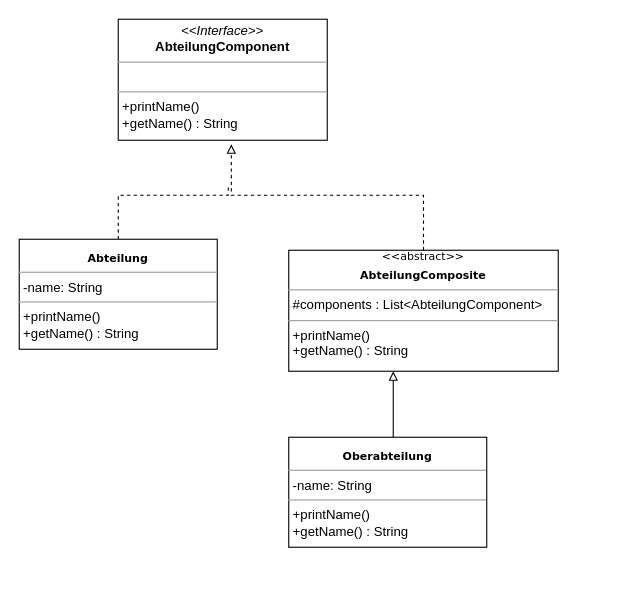
Before: Uebung8/Uebung8_Klassendiagramm.drawio in Software-Engineering-Team-HBRS/uebungsaufgaben, a draw.io diagram. Source tidied: cells renumbered, new cells numbered last; positions are measured from the earlier drawing's top-left corner, leaving out a move shared by most shapes. Both pictures are drawn from the tidied source at 110%, with x=0, y=0 at pixel (19, 19).
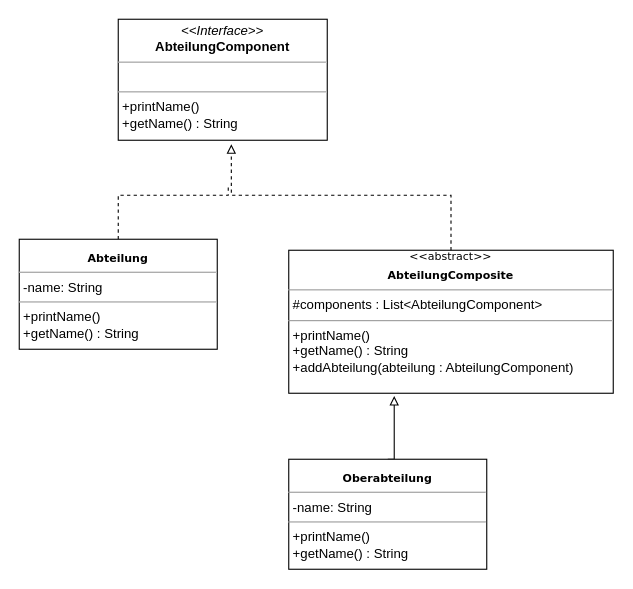
Above is the later version.

Diff of the diagram source:
```diff
@@
 <mxGraphModel>
   <root>
     <mxCell id="0" />
     <mxCell id="1" parent="0" />
     <mxCell id="2" value="&lt;p style=&quot;margin:0px;margin-top:4px;text-align:center;&quot;&gt;&lt;i&gt;&amp;lt;&amp;lt;Interface&amp;gt;&amp;gt;&lt;/i&gt;&lt;br&gt;&lt;b&gt;AbteilungComponent&lt;/b&gt;&lt;/p&gt;&lt;hr size=&quot;1&quot;&gt;&lt;p style=&quot;margin:0px;margin-left:4px;&quot;&gt;&lt;br&gt;&lt;/p&gt;&lt;hr size=&quot;1&quot;&gt;&lt;p style=&quot;margin:0px;margin-left:4px;&quot;&gt;+printName()&lt;/p&gt;&lt;p style=&quot;margin:0px;margin-left:4px;&quot;&gt;+getName() : String&lt;/p&gt;" style="verticalAlign=top;align=left;overflow=fill;fontSize=12;fontFamily=Helvetica;html=1;rounded=0;shadow=0;comic=0;labelBackgroundColor=none;strokeWidth=1;" parent="1" vertex="1">
       <mxGeometry x="90" width="190" height="110" as="geometry" />
     </mxCell>
-    <mxCell id="3" style="edgeStyle=orthogonalEdgeStyle;rounded=0;orthogonalLoop=1;jettySize=auto;html=1;entryX=0.5;entryY=1;entryDx=0;entryDy=0;endArrow=block;endFill=0;" parent="1" edge="1">
+    <mxCell id="3" style="edgeStyle=orthogonalEdgeStyle;rounded=0;jettySize=auto;html=1;endArrow=block;endFill=0;entryX=0.325;entryY=1.02;entryDx=0;entryDy=0;entryPerimeter=0;exitX=0.5;exitY=0;exitDx=0;exitDy=0;" parent="1" edge="1" source="8" target="5">
       <mxGeometry relative="1" as="geometry">
-        <mxPoint x="340" y="380" as="sourcePoint" />
-        <mxPoint x="340" y="320" as="targetPoint" />
+        <Array as="points">
+          <mxPoint x="341" y="400" />
+        </Array>
       </mxGeometry>
     </mxCell>
     <mxCell id="4" style="edgeStyle=orthogonalEdgeStyle;rounded=0;orthogonalLoop=1;jettySize=auto;html=1;endArrow=none;startFill=0;dashed=1;" parent="1" edge="1">
       <mxGeometry relative="1" as="geometry">
         <mxPoint x="90" y="200" as="sourcePoint" />
         <mxPoint x="190" y="150" as="targetPoint" />
         <Array as="points">
           <mxPoint x="90" y="160" />
           <mxPoint x="190" y="160" />
         </Array>
       </mxGeometry>
     </mxCell>
-    <mxCell id="5" value="&lt;div style=&quot;font-family: Verdana; font-size: 10px; text-align: center;&quot;&gt;&amp;lt;&amp;lt;abstract&amp;gt;&amp;gt;&lt;/div&gt;&lt;p style=&quot;margin:0px;margin-top:4px;text-align:center;&quot;&gt;&lt;b style=&quot;font-family: Verdana; font-size: 10px;&quot;&gt;AbteilungComposite&lt;/b&gt;&lt;/p&gt;&lt;hr size=&quot;1&quot;&gt;&lt;p style=&quot;margin:0px;margin-left:4px;&quot;&gt;#components : List&amp;lt;AbteilungComponent&amp;gt;&lt;/p&gt;&lt;hr size=&quot;1&quot;&gt;&lt;p style=&quot;margin:0px;margin-left:4px;&quot;&gt;+printName()&lt;/p&gt;&lt;p style=&quot;margin:0px;margin-left:4px;&quot;&gt;+getName() : String&lt;/p&gt;" style="verticalAlign=top;align=left;overflow=fill;fontSize=12;fontFamily=Helvetica;html=1;rounded=0;shadow=0;comic=0;labelBackgroundColor=none;strokeWidth=1;" parent="1" vertex="1">
-      <mxGeometry x="245" y="210" width="245" height="110" as="geometry" />
+    <mxCell id="5" value="&lt;div style=&quot;font-family: Verdana; font-size: 10px; text-align: center;&quot;&gt;&amp;lt;&amp;lt;abstract&amp;gt;&amp;gt;&lt;/div&gt;&lt;p style=&quot;margin:0px;margin-top:4px;text-align:center;&quot;&gt;&lt;b style=&quot;font-family: Verdana; font-size: 10px;&quot;&gt;AbteilungComposite&lt;/b&gt;&lt;/p&gt;&lt;hr size=&quot;1&quot;&gt;&lt;p style=&quot;margin:0px;margin-left:4px;&quot;&gt;#components : List&amp;lt;AbteilungComponent&amp;gt;&lt;/p&gt;&lt;hr size=&quot;1&quot;&gt;&lt;p style=&quot;margin:0px;margin-left:4px;&quot;&gt;+printName()&lt;/p&gt;&lt;p style=&quot;margin:0px;margin-left:4px;&quot;&gt;+getName() : String&lt;/p&gt;&lt;p style=&quot;margin:0px;margin-left:4px;&quot;&gt;+addAbteilung(abteilung : AbteilungComponent)&lt;/p&gt;" style="verticalAlign=top;align=left;overflow=fill;fontSize=12;fontFamily=Helvetica;html=1;rounded=0;shadow=0;comic=0;labelBackgroundColor=none;strokeWidth=1;" parent="1" vertex="1">
+      <mxGeometry x="245" y="210" width="295" height="130" as="geometry" />
     </mxCell>
     <mxCell id="6" style="edgeStyle=orthogonalEdgeStyle;rounded=0;jettySize=auto;html=1;entryX=0.541;entryY=1.034;entryDx=0;entryDy=0;entryPerimeter=0;dashed=1;endArrow=block;endFill=0;" parent="1" edge="1" source="5" target="2">
       <mxGeometry relative="1" as="geometry" />
     </mxCell>
     <mxCell id="7" value="&lt;div style=&quot;font-family: Verdana; font-size: 10px; text-align: center;&quot;&gt;&lt;b style=&quot;color: light-dark(rgb(0, 0, 0), rgb(255, 255, 255)); background-color: transparent;&quot;&gt;&lt;br&gt;&lt;/b&gt;&lt;/div&gt;&lt;div style=&quot;font-family: Verdana; font-size: 10px; text-align: center;&quot;&gt;&lt;b style=&quot;color: light-dark(rgb(0, 0, 0), rgb(255, 255, 255)); background-color: transparent;&quot;&gt;Abteilung&lt;/b&gt;&lt;/div&gt;&lt;hr size=&quot;1&quot;&gt;&lt;p style=&quot;margin:0px;margin-left:4px;&quot;&gt;-name: String&lt;/p&gt;&lt;hr size=&quot;1&quot;&gt;&lt;p style=&quot;margin:0px;margin-left:4px;&quot;&gt;+printName()&lt;/p&gt;&lt;p style=&quot;margin:0px;margin-left:4px;&quot;&gt;+getName() : String&lt;/p&gt;" style="verticalAlign=top;align=left;overflow=fill;fontSize=12;fontFamily=Helvetica;html=1;rounded=0;shadow=0;comic=0;labelBackgroundColor=none;strokeWidth=1;" parent="1" vertex="1">
       <mxGeometry y="200" width="180" height="100" as="geometry" />
     </mxCell>
     <mxCell id="8" value="&lt;div style=&quot;font-family: Verdana; font-size: 10px; text-align: center;&quot;&gt;&lt;b style=&quot;color: light-dark(rgb(0, 0, 0), rgb(255, 255, 255)); background-color: transparent;&quot;&gt;&lt;br&gt;&lt;/b&gt;&lt;/div&gt;&lt;div style=&quot;font-family: Verdana; font-size: 10px; text-align: center;&quot;&gt;&lt;b&gt;Oberabteilung&lt;/b&gt;&lt;/div&gt;&lt;hr size=&quot;1&quot;&gt;&lt;p style=&quot;margin:0px;margin-left:4px;&quot;&gt;-name: String&lt;/p&gt;&lt;hr size=&quot;1&quot;&gt;&lt;p style=&quot;margin:0px;margin-left:4px;&quot;&gt;+printName()&lt;/p&gt;&lt;p style=&quot;margin:0px;margin-left:4px;&quot;&gt;+getName() : String&lt;/p&gt;" style="verticalAlign=top;align=left;overflow=fill;fontSize=12;fontFamily=Helvetica;html=1;rounded=0;shadow=0;comic=0;labelBackgroundColor=none;strokeWidth=1;" parent="1" vertex="1">
-      <mxGeometry x="245" y="380" width="180" height="100" as="geometry" />
+      <mxGeometry x="245" y="400" width="180" height="100" as="geometry" />
     </mxCell>
   </root>
 </mxGraphModel>
```
